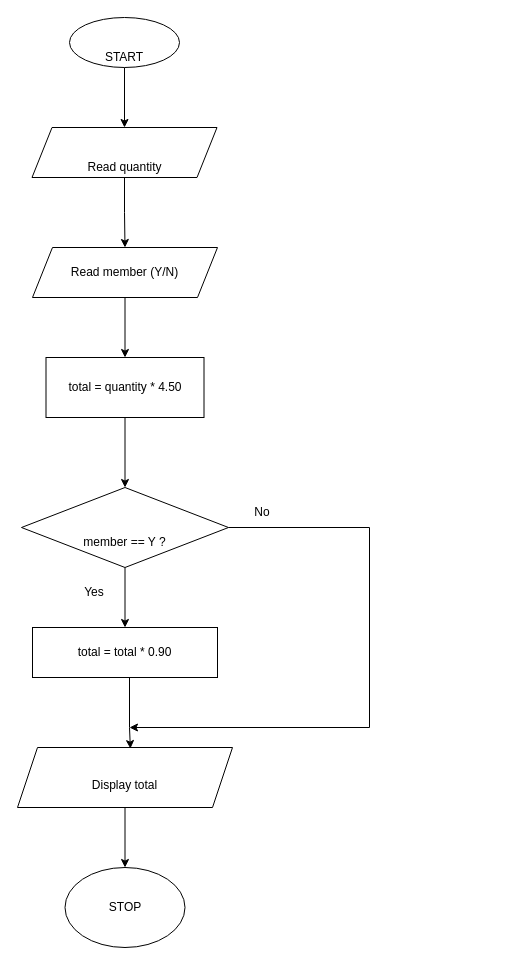
Above: diagrams/ex1_kiosk.drawio in seraaya/BITP1113-Week04 (draw.io), before the change. Source tidied: cells renumbered, new cells numbered last; positions are measured from the earlier drawing's top-left corner, leaving out a move shared by most shapes. Both pictures are drawn from the tidied source at 100%, with x=0, y=0 at pixel (17, 17).
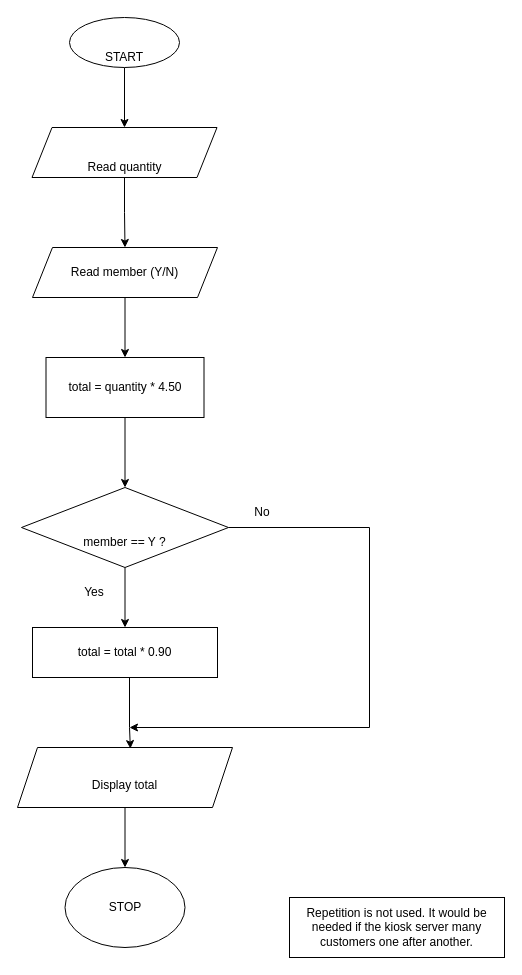
Above is the later version.

Commit message (it also covers changes not shown here):
Ex1: add repetition note

What changed in the source:
```diff
@@
+    <mxCell id="20" value="Repetition is not used. It would be needed if the kiosk server many customers one after another." style="rounded=0;whiteSpace=wrap;html=1;" parent="1" vertex="1">
+      <mxGeometry x="272" y="880" width="215" height="60" as="geometry" />
+    </mxCell>
```
